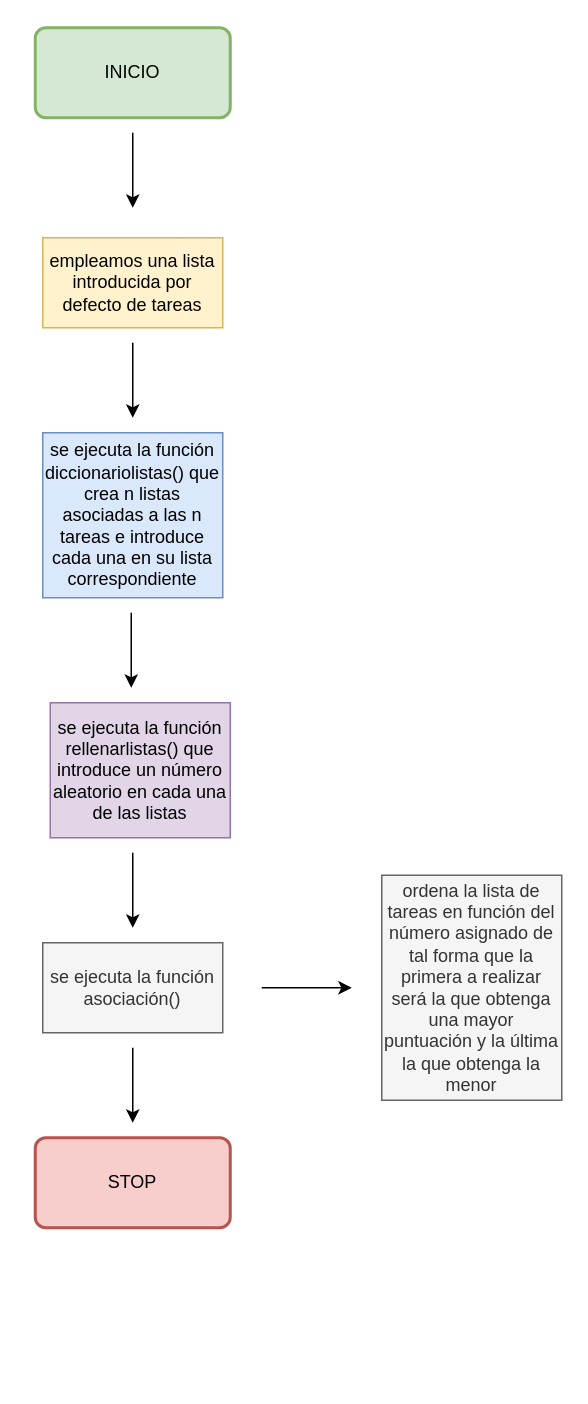
Before: flowcharts/Ejer2Flowchart.drawio in jmedina28/EjerciciosOrdenar, a draw.io diagram. Source tidied: cells renumbered, new cells numbered last; positions are measured from the earlier drawing's top-left corner, leaving out a move shared by most shapes. Both pictures are drawn from the tidied source at 150%, with x=0, y=0 at pixel (34, 27).
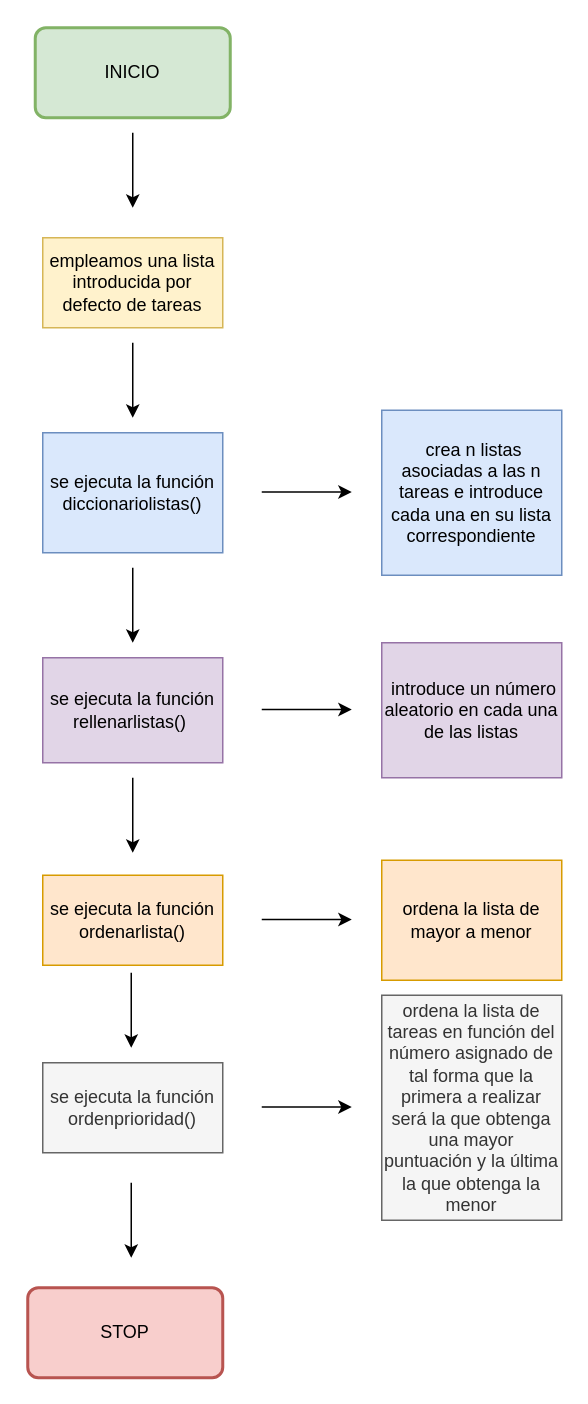
Above is the later version.

What changed in the source:
```diff
@@
     <mxCell id="6" style="endArrow=classic;html=1;rounded=0;" parent="1" edge="1">
       <mxGeometry relative="1" as="geometry">
-        <mxPoint x="64" y="390" as="sourcePoint" />
-        <mxPoint x="64" y="440" as="targetPoint" />
+        <mxPoint x="65" y="360" as="sourcePoint" />
+        <mxPoint x="65" y="410" as="targetPoint" />
       </mxGeometry>
     </mxCell>
-    <mxCell id="7" value="se ejecuta la función diccionariolistas() que crea n listas asociadas a las n tareas e introduce cada una en su lista correspondiente" style="rounded=0;whiteSpace=wrap;html=1;fillColor=#dae8fc;strokeColor=#6c8ebf;" parent="1" vertex="1">
-      <mxGeometry x="5" y="270" width="120" height="110" as="geometry" />
+    <mxCell id="7" value="se ejecuta la función diccionariolistas()" style="rounded=0;whiteSpace=wrap;html=1;fillColor=#dae8fc;strokeColor=#6c8ebf;" parent="1" vertex="1">
+      <mxGeometry x="5" y="270" width="120" height="80" as="geometry" />
     </mxCell>
-    <mxCell id="8" value="se ejecuta la función rellenarlistas() que introduce un número aleatorio en cada una de las listas" style="rounded=0;whiteSpace=wrap;html=1;fillColor=#e1d5e7;strokeColor=#9673a6;" parent="1" vertex="1">
-      <mxGeometry x="10" y="450" width="120" height="90" as="geometry" />
+    <mxCell id="8" value="se ejecuta la función rellenarlistas()&amp;nbsp;" style="rounded=0;whiteSpace=wrap;html=1;fillColor=#e1d5e7;strokeColor=#9673a6;" parent="1" vertex="1">
+      <mxGeometry x="5" y="420" width="120" height="70" as="geometry" />
     </mxCell>
     <mxCell id="9" value="STOP" style="rounded=1;whiteSpace=wrap;html=1;absoluteArcSize=1;arcSize=14;strokeWidth=2;fillColor=#f8cecc;strokeColor=#b85450;" parent="1" vertex="1">
-      <mxGeometry y="740" width="130" height="60" as="geometry" />
+      <mxGeometry x="-5" y="840" width="130" height="60" as="geometry" />
     </mxCell>
     <mxCell id="10" style="endArrow=classic;html=1;rounded=0;" parent="1" edge="1">
       <mxGeometry relative="1" as="geometry">
-        <mxPoint x="65" y="550" as="sourcePoint" />
-        <mxPoint x="65" y="600" as="targetPoint" />
+        <mxPoint x="65" y="500" as="sourcePoint" />
+        <mxPoint x="65" y="550" as="targetPoint" />
       </mxGeometry>
     </mxCell>
-    <mxCell id="11" value="se ejecuta la función asociación()" style="rounded=0;whiteSpace=wrap;html=1;fillColor=#f5f5f5;strokeColor=#666666;fontColor=#333333;" parent="1" vertex="1">
-      <mxGeometry x="5" y="610" width="120" height="60" as="geometry" />
+    <mxCell id="11" value="se ejecuta la función ordenarlista()" style="rounded=0;whiteSpace=wrap;html=1;fillColor=#ffe6cc;strokeColor=#d79b00;" parent="1" vertex="1">
+      <mxGeometry x="5" y="565" width="120" height="60" as="geometry" />
     </mxCell>
     <mxCell id="12" style="endArrow=classic;html=1;rounded=0;" parent="1" edge="1">
       <mxGeometry relative="1" as="geometry">
-        <mxPoint x="65" y="680" as="sourcePoint" />
-        <mxPoint x="65" y="730" as="targetPoint" />
+        <mxPoint x="64" y="630" as="sourcePoint" />
+        <mxPoint x="64" y="680" as="targetPoint" />
       </mxGeometry>
     </mxCell>
-    <mxCell id="13" value="ordena la lista de tareas en función del número asignado de tal forma que la primera a realizar será la que obtenga una mayor puntuación y la última la que obtenga la menor" style="rounded=0;whiteSpace=wrap;html=1;fillColor=#f5f5f5;strokeColor=#666666;fontColor=#333333;" parent="1" vertex="1">
-      <mxGeometry x="231" y="565" width="120" height="150" as="geometry" />
+    <mxCell id="13" value="ordena la lista de mayor a menor" style="rounded=0;whiteSpace=wrap;html=1;fillColor=#ffe6cc;strokeColor=#d79b00;" parent="1" vertex="1">
+      <mxGeometry x="231" y="555" width="120" height="80" as="geometry" />
     </mxCell>
     <mxCell id="14" style="endArrow=classic;html=1;rounded=0;" parent="1" edge="1">
       <mxGeometry relative="1" as="geometry">
-        <mxPoint x="151" y="640" as="sourcePoint" />
-        <mxPoint x="211" y="640" as="targetPoint" />
+        <mxPoint x="151" y="719.5" as="sourcePoint" />
+        <mxPoint x="211" y="719.5" as="targetPoint" />
       </mxGeometry>
     </mxCell>
+    <mxCell id="15" value="&amp;nbsp;crea n listas asociadas a las n tareas e introduce cada una en su lista correspondiente" style="rounded=0;whiteSpace=wrap;html=1;fillColor=#dae8fc;strokeColor=#6c8ebf;" parent="1" vertex="1">
+      <mxGeometry x="231" y="255" width="120" height="110" as="geometry" />
+    </mxCell>
+    <mxCell id="16" style="endArrow=classic;html=1;rounded=0;" parent="1" edge="1">
+      <mxGeometry relative="1" as="geometry">
+        <mxPoint x="151" y="454.5" as="sourcePoint" />
+        <mxPoint x="211" y="454.5" as="targetPoint" />
+      </mxGeometry>
+    </mxCell>
+    <mxCell id="17" value="&amp;nbsp;introduce un número aleatorio en cada una de las listas" style="rounded=0;whiteSpace=wrap;html=1;fillColor=#e1d5e7;strokeColor=#9673a6;" parent="1" vertex="1">
+      <mxGeometry x="231" y="410" width="120" height="90" as="geometry" />
+    </mxCell>
+    <mxCell id="18" style="endArrow=classic;html=1;rounded=0;" parent="1" edge="1">
+      <mxGeometry relative="1" as="geometry">
+        <mxPoint x="151" y="309.5" as="sourcePoint" />
+        <mxPoint x="211" y="309.5" as="targetPoint" />
+      </mxGeometry>
+    </mxCell>
+    <mxCell id="19" style="endArrow=classic;html=1;rounded=0;" parent="1" edge="1">
+      <mxGeometry relative="1" as="geometry">
+        <mxPoint x="64" y="770" as="sourcePoint" />
+        <mxPoint x="64" y="820" as="targetPoint" />
+        <Array as="points">
+          <mxPoint x="64" y="810" />
+        </Array>
+      </mxGeometry>
+    </mxCell>
+    <mxCell id="20" value="se ejecuta la función ordenprioridad()" style="rounded=0;whiteSpace=wrap;html=1;fillColor=#f5f5f5;strokeColor=#666666;fontColor=#333333;" parent="1" vertex="1">
+      <mxGeometry x="5" y="690" width="120" height="60" as="geometry" />
+    </mxCell>
+    <mxCell id="21" value="ordena la lista de tareas en función del número asignado de tal forma que la primera a realizar será la que obtenga una mayor puntuación y la última la que obtenga la menor" style="rounded=0;whiteSpace=wrap;html=1;fillColor=#f5f5f5;strokeColor=#666666;fontColor=#333333;" parent="1" vertex="1">
+      <mxGeometry x="231" y="645" width="120" height="150" as="geometry" />
+    </mxCell>
+    <mxCell id="22" style="endArrow=classic;html=1;rounded=0;" parent="1" edge="1">
+      <mxGeometry relative="1" as="geometry">
+        <mxPoint x="151" y="594.5" as="sourcePoint" />
+        <mxPoint x="211" y="594.5" as="targetPoint" />
+      </mxGeometry>
+    </mxCell>
```
